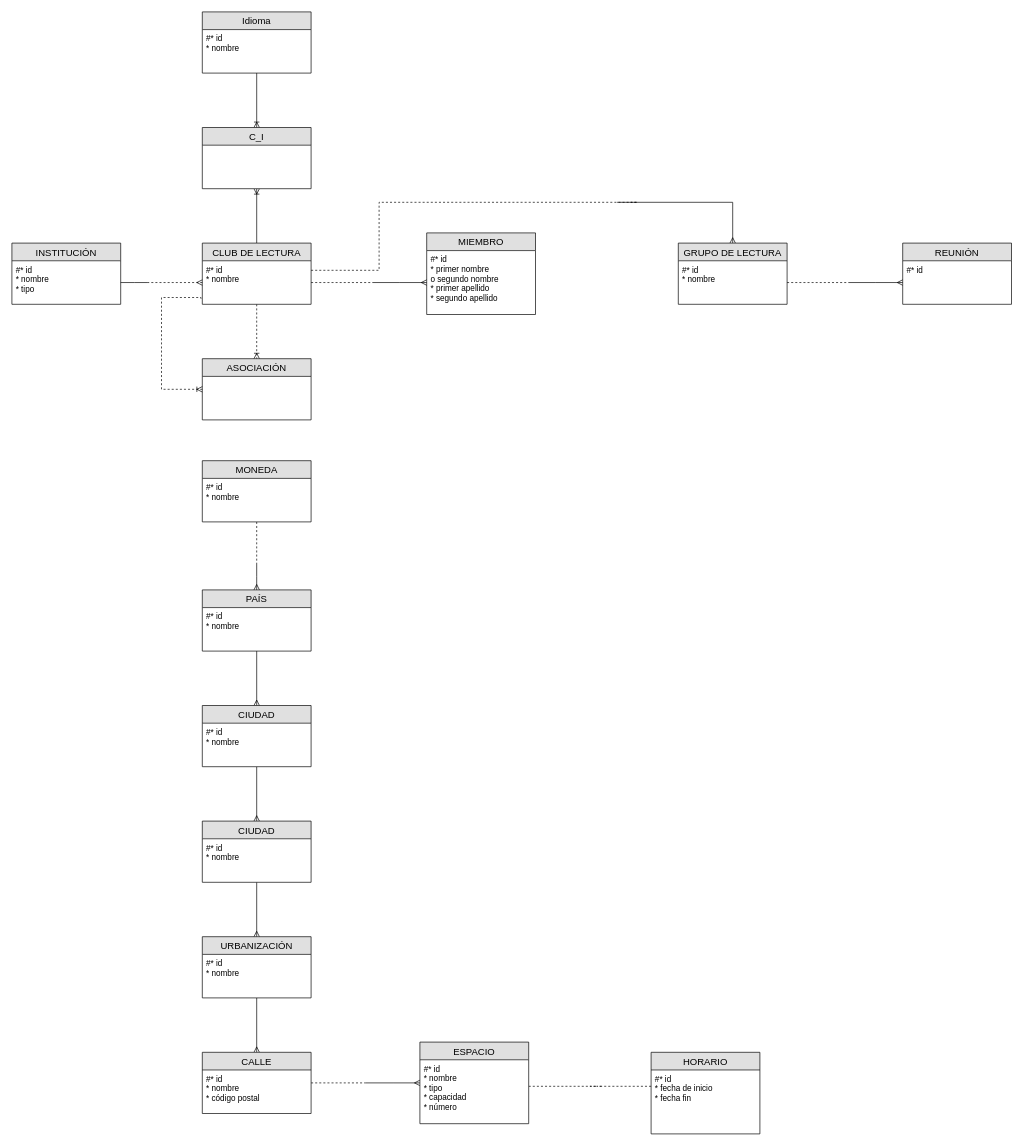
Before: DB I/ER.drawio in NeutronBlast/IS-Ex, a draw.io diagram. Source tidied: cells renumbered, new cells numbered last; positions are measured from the earlier drawing's top-left corner, leaving out a move shared by most shapes. Both pictures are drawn from the tidied source at 68%, with x=0, y=0 at pixel (12, 12).
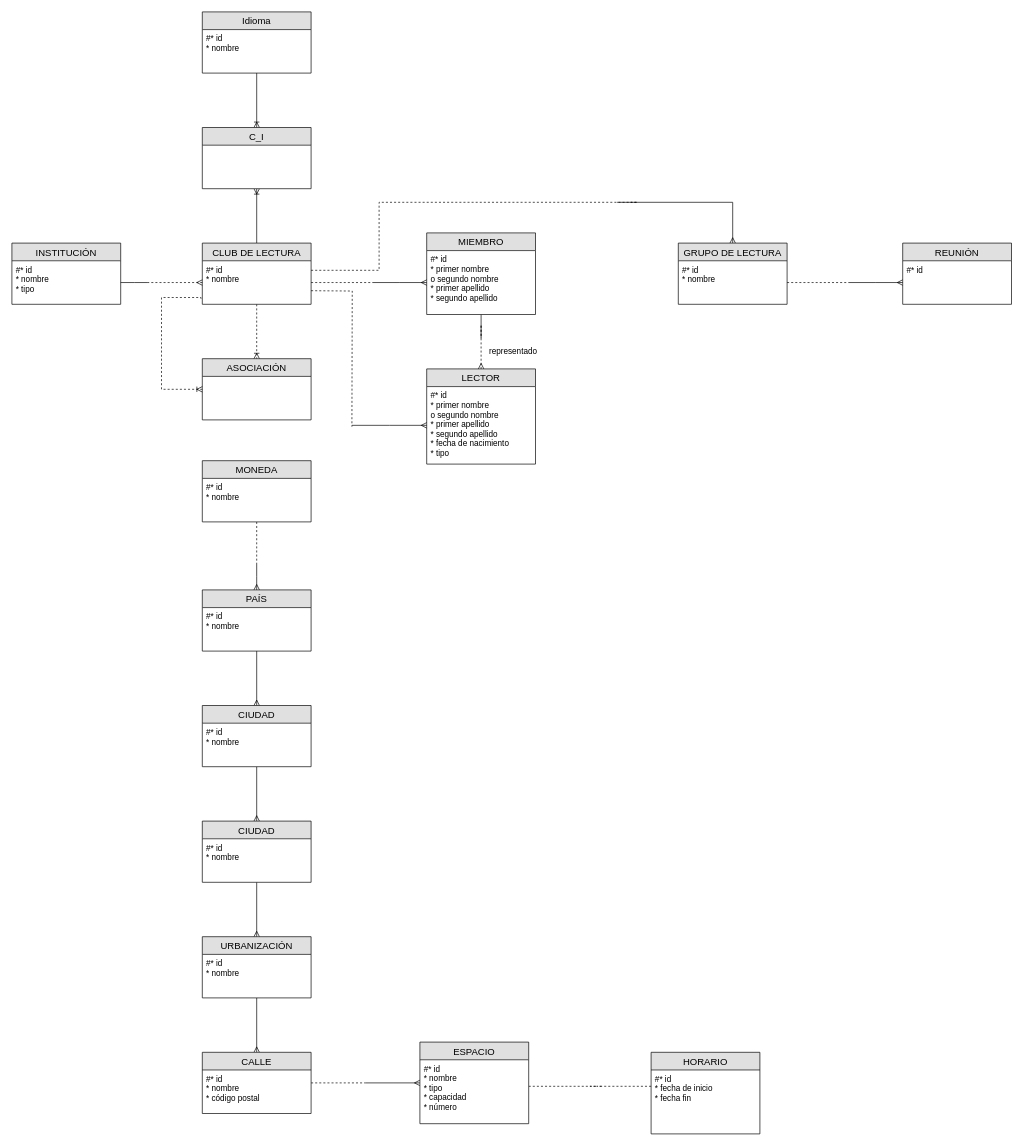
The same diagram, later.

The change refers to these unchanged cells:
```xml
<mxCell id="16" value="MIEMBRO" style="swimlane;fontStyle=0;horizontal=1;startSize=26;fillColor=#e0e0e0;swimlaneFillColor=#ffffff;align=center;fontSize=14;" parent="1" vertex="1">
  <mxGeometry x="610" y="325" width="160" height="120" as="geometry" />
</mxCell>
```

Change to the diagram source:
```diff
@@
+    <mxCell id="54" style="edgeStyle=orthogonalEdgeStyle;rounded=0;jettySize=auto;html=1;startArrow=none;startFill=0;endArrow=none;endFill=0;" parent="1" edge="1" source="16">
+      <mxGeometry relative="1" as="geometry">
+        <mxPoint x="690" y="480" as="targetPoint" />
+        <Array as="points">
+          <mxPoint x="690" y="445" />
+          <mxPoint x="690" y="445" />
+        </Array>
+      </mxGeometry>
+    </mxCell>
@@
+    <mxCell id="55" style="edgeStyle=orthogonalEdgeStyle;rounded=0;jettySize=auto;html=1;dashed=1;startArrow=ERmany;startFill=0;endArrow=none;endFill=0;" parent="1" edge="1" source="56">
+      <mxGeometry relative="1" as="geometry">
+        <mxPoint x="690" y="480" as="targetPoint" />
+        <Array as="points">
+          <mxPoint x="690" y="460" />
+          <mxPoint x="690" y="460" />
+        </Array>
+      </mxGeometry>
+    </mxCell>
+    <mxCell id="56" value="LECTOR" style="swimlane;fontStyle=0;horizontal=1;startSize=26;fillColor=#e0e0e0;swimlaneFillColor=#ffffff;align=center;fontSize=14;" parent="1" vertex="1">
+      <mxGeometry x="610" y="525" width="160" height="140" as="geometry" />
+    </mxCell>
+    <mxCell id="57" value="#* id&#10;* primer nombre&#10;o segundo nombre&#10;* primer apellido&#10;* segundo apellido&#10;* fecha de nacimiento&#10;* tipo" style="text;strokeColor=none;fillColor=none;spacingLeft=4;spacingRight=4;overflow=hidden;points=[[0,0.5],[1,0.5]];portConstraint=eastwest;fontSize=12;" parent="56" vertex="1">
+      <mxGeometry y="26" width="160" height="114" as="geometry" />
+    </mxCell>
@@
+    <mxCell id="58" style="edgeStyle=orthogonalEdgeStyle;rounded=0;orthogonalLoop=1;jettySize=auto;html=1;exitX=1;exitY=0.5;exitDx=0;exitDy=0;startArrow=none;startFill=0;endArrow=none;endFill=0;dashed=1;" parent="1" edge="1">
+      <mxGeometry relative="1" as="geometry">
+        <mxPoint x="440" y="410" as="sourcePoint" />
+        <mxPoint x="500" y="610" as="targetPoint" />
+      </mxGeometry>
+    </mxCell>
+    <mxCell id="59" style="edgeStyle=orthogonalEdgeStyle;rounded=0;jettySize=auto;html=1;startArrow=ERmany;startFill=0;endArrow=none;endFill=0;" parent="1" edge="1" source="57">
+      <mxGeometry relative="1" as="geometry">
+        <mxPoint x="500" y="608" as="targetPoint" />
+      </mxGeometry>
+    </mxCell>
+    <mxCell id="60" value="representado" style="text;html=1;align=left;verticalAlign=top;spacingTop=-4;" parent="1" vertex="1">
+      <mxGeometry x="700" y="490" width="90" height="20" as="geometry" />
+    </mxCell>
```
